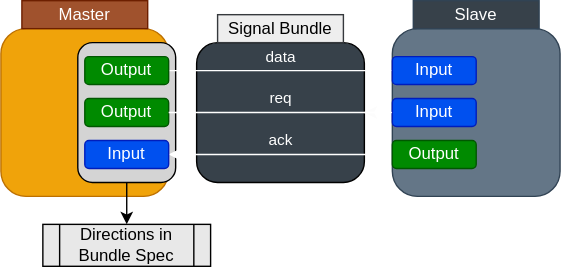
This is docs/img/BundleDirection.drawio.svg from magia-hdl/magia, a draw.io export, as it was before one commit. Source tidied: cells renumbered, new cells last; positions are measured from the earlier drawing's top-left corner, leaving out a move shared by most shapes.
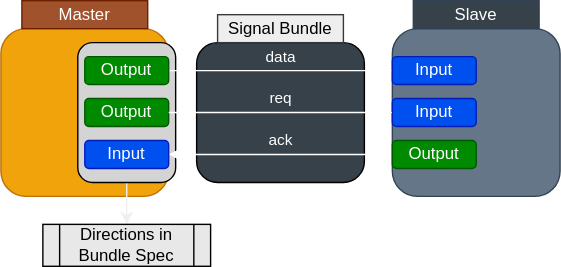
The same diagram one commit later.

Commit message:
Doc: Bundle Creation

Change to the diagram source:
```diff
@@ -8,7 +8,7 @@
     <mxCell id="3" style="rounded=1;whiteSpace=wrap;html=1;fillColor=#f0a30a;fontColor=#000000;strokeColor=#BD7000;" parent="1" vertex="1">
       <mxGeometry y="20" width="120" height="120" as="geometry" />
     </mxCell>
-    <mxCell id="4" style="edgeStyle=orthogonalEdgeStyle;rounded=0;jettySize=auto;html=1;exitX=0.5;exitY=1;exitDx=0;exitDy=0;entryX=0.5;entryY=0;entryDx=0;entryDy=0;" parent="1" edge="1" source="5" target="20">
+    <mxCell id="4" style="edgeStyle=orthogonalEdgeStyle;rounded=0;jettySize=auto;html=1;exitX=0.5;exitY=1;exitDx=0;exitDy=0;entryX=0.5;entryY=0;entryDx=0;entryDy=0;strokeColor=#F0F0F0;" parent="1" edge="1" source="5" target="20">
       <mxGeometry relative="1" as="geometry" />
     </mxCell>
     <mxCell id="5" style="rounded=1;whiteSpace=wrap;html=1;fillColor=#D4D4D4;fontColor=none;noLabel=1;" parent="1" vertex="1">
@@ -41,9 +41,6 @@
     <mxCell id="14" value="Input" style="rounded=1;whiteSpace=wrap;html=1;fillColor=#0050ef;fontColor=#ffffff;strokeColor=#001DBC;" parent="1" vertex="1">
       <mxGeometry x="60" y="100" width="60" height="20" as="geometry" />
     </mxCell>
-    <mxCell id="15" style="edgeStyle=orthogonalEdgeStyle;rounded=0;jettySize=auto;html=1;labelBackgroundColor=default;strokeColor=#FCFCFC;fontColor=default;" parent="1" edge="1" source="16" target="2">
-      <mxGeometry relative="1" as="geometry" />
-    </mxCell>
     <mxCell id="16" value="Input" style="rounded=1;whiteSpace=wrap;html=1;fillColor=#0050ef;fontColor=#ffffff;strokeColor=#001DBC;" parent="1" vertex="1">
       <mxGeometry x="280" y="70" width="60" height="20" as="geometry" />
     </mxCell>
@@ -56,8 +53,8 @@
     <mxCell id="19" value="req" style="edgeStyle=orthogonalEdgeStyle;rounded=0;jettySize=auto;html=1;exitX=1;exitY=0.5;exitDx=0;exitDy=0;strokeColor=#FFFFFF;labelBackgroundColor=none;fontColor=#FFFFFF;" parent="1" edge="1" source="3" target="7">
       <mxGeometry y="10" relative="1" as="geometry">
         <Array as="points">
-          <mxPoint x="240" y="80" />
-          <mxPoint x="240" y="80" />
+          <mxPoint x="270" y="80" />
+          <mxPoint x="270" y="80" />
         </Array>
       </mxGeometry>
     </mxCell>
```
